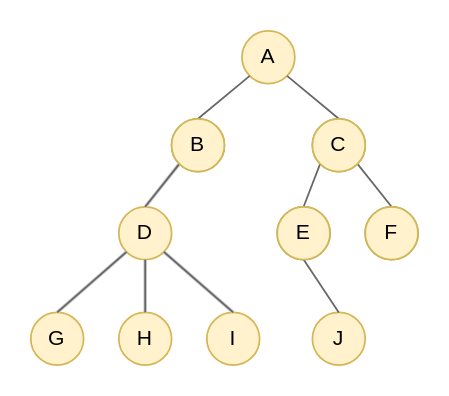
Before: Untitled Diagram.drawio in pandongfeng/diligence, a draw.io diagram. Source tidied: cells renumbered, new cells numbered last; positions are measured from the earlier drawing's top-left corner, leaving out a move shared by most shapes. Both pictures are drawn from the tidied source at 176%, with x=0, y=0 at pixel (30, 30).
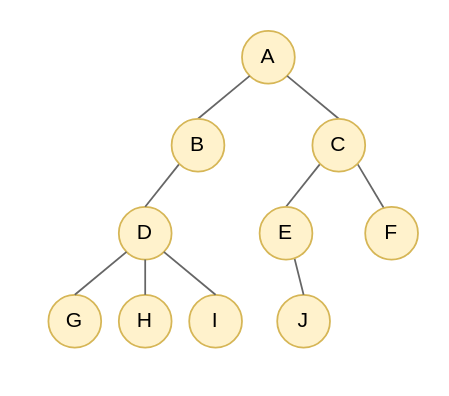
The same page after the edit.

The change refers to these unchanged cells:
```xml
<mxCell id="3" value="D" style="ellipse;whiteSpace=wrap;html=1;fillColor=#fff2cc;strokeColor=#d6b656;" parent="1" vertex="1">
  <mxGeometry x="50" y="100" width="30" height="30" as="geometry" />
</mxCell>
<mxCell id="4" value="A" style="ellipse;whiteSpace=wrap;html=1;fillColor=#fff2cc;strokeColor=#d6b656;" parent="1" vertex="1">
  <mxGeometry x="120" width="30" height="30" as="geometry" />
</mxCell>
<mxCell id="25" value="B" style="ellipse;whiteSpace=wrap;html=1;fillColor=#fff2cc;strokeColor=#d6b656;" parent="1" vertex="1">
  <mxGeometry x="80" y="50" width="30" height="30" as="geometry" />
</mxCell>
<mxCell id="26" value="C" style="ellipse;whiteSpace=wrap;html=1;fillColor=#fff2cc;strokeColor=#d6b656;" parent="1" vertex="1">
  <mxGeometry x="160" y="50" width="30" height="30" as="geometry" />
</mxCell>
<mxCell id="28" value="F" style="ellipse;whiteSpace=wrap;html=1;fillColor=#fff2cc;strokeColor=#d6b656;" parent="1" vertex="1">
  <mxGeometry x="190" y="100" width="30" height="30" as="geometry" />
</mxCell>
```

The edit, as a diff of the source:
```diff
@@
-    <mxCell id="2" style="ellipse;whiteSpace=wrap;html=1;fillColor=#d5e8d4;strokeColor=#82b366;" parent="1" vertex="1">
-      <mxGeometry x="160" y="50" width="30" height="30" as="geometry" />
-    </mxCell>
@@
-    <mxCell id="5" style="ellipse;whiteSpace=wrap;html=1;fillColor=#d5e8d4;strokeColor=#82b366;" parent="1" vertex="1">
-      <mxGeometry x="80" y="50" width="30" height="30" as="geometry" />
-    </mxCell>
     <mxCell id="6" value="J" style="ellipse;whiteSpace=wrap;html=1;fillColor=#fff2cc;strokeColor=#d6b656;" parent="1" vertex="1">
-      <mxGeometry x="160" y="160" width="30" height="30" as="geometry" />
+      <mxGeometry x="140" y="150" width="30" height="30" as="geometry" />
     </mxCell>
     <mxCell id="7" value="G" style="ellipse;whiteSpace=wrap;html=1;fillColor=#fff2cc;strokeColor=#d6b656;" parent="1" vertex="1">
-      <mxGeometry y="160" width="30" height="30" as="geometry" />
+      <mxGeometry x="10" y="150" width="30" height="30" as="geometry" />
     </mxCell>
-    <mxCell id="8" style="ellipse;whiteSpace=wrap;html=1;fillColor=#d5e8d4;strokeColor=#82b366;" parent="1" vertex="1">
-      <mxGeometry x="190" y="100" width="30" height="30" as="geometry" />
-    </mxCell>
-    <mxCell id="9" style="ellipse;whiteSpace=wrap;html=1;fillColor=#d5e8d4;strokeColor=#82b366;" parent="1" vertex="1">
-      <mxGeometry x="140" y="100" width="30" height="30" as="geometry" />
-    </mxCell>
     <mxCell id="10" value="I" style="ellipse;whiteSpace=wrap;html=1;fillColor=#fff2cc;strokeColor=#d6b656;" parent="1" vertex="1">
-      <mxGeometry x="100" y="160" width="30" height="30" as="geometry" />
+      <mxGeometry x="90" y="150" width="30" height="30" as="geometry" />
     </mxCell>
     <mxCell id="11" value="H" style="ellipse;whiteSpace=wrap;html=1;fillColor=#fff2cc;strokeColor=#d6b656;" parent="1" vertex="1">
-      <mxGeometry x="50" y="160" width="30" height="30" as="geometry" />
+      <mxGeometry x="50" y="150" width="30" height="30" as="geometry" />
     </mxCell>
-    <mxCell id="12" style="endArrow=none;html=1;entryX=1;entryY=1;entryDx=0;entryDy=0;exitX=0.5;exitY=0;exitDx=0;exitDy=0;strokeWidth=1;strokeColor=#666666;" parent="1" edge="1" source="2" target="4">
+    <mxCell id="12" style="endArrow=none;html=1;entryX=1;entryY=1;entryDx=0;entryDy=0;exitX=0.5;exitY=0;exitDx=0;exitDy=0;strokeWidth=1;strokeColor=#666666;" parent="1" edge="1" source="26" target="4">
       <mxGeometry relative="1" as="geometry" />
     </mxCell>
-    <mxCell id="13" style="endArrow=none;html=1;entryX=0;entryY=1;entryDx=0;entryDy=0;exitX=0.5;exitY=0;exitDx=0;exitDy=0;strokeColor=#666666;strokeWidth=1;" parent="1" edge="1" source="5" target="4">
+    <mxCell id="13" style="endArrow=none;html=1;entryX=0;entryY=1;entryDx=0;entryDy=0;exitX=0.5;exitY=0;exitDx=0;exitDy=0;strokeColor=#666666;strokeWidth=1;" parent="1" edge="1" source="25" target="4">
       <mxGeometry relative="1" as="geometry" />
     </mxCell>
-    <mxCell id="14" style="endArrow=none;html=1;entryX=0;entryY=1;entryDx=0;entryDy=0;exitX=0.5;exitY=0;exitDx=0;exitDy=0;strokeColor=#CCCCCC;strokeWidth=2;" parent="1" edge="1" source="3" target="5">
+    <mxCell id="14" style="endArrow=none;html=1;entryX=0;entryY=1;entryDx=0;entryDy=0;exitX=0.5;exitY=0;exitDx=0;exitDy=0;strokeColor=#666666;strokeWidth=1;" parent="1" edge="1" source="3" target="25">
       <mxGeometry relative="1" as="geometry" />
     </mxCell>
-    <mxCell id="15" style="endArrow=none;html=1;entryX=1;entryY=1;entryDx=0;entryDy=0;exitX=0.5;exitY=0;exitDx=0;exitDy=0;strokeColor=#666666;strokeWidth=1;" parent="1" edge="1" source="8" target="2">
+    <mxCell id="15" style="endArrow=none;html=1;entryX=1;entryY=1;entryDx=0;entryDy=0;exitX=0.369;exitY=0.051;exitDx=0;exitDy=0;strokeColor=#666666;strokeWidth=1;exitPerimeter=0;" parent="1" edge="1" source="28" target="26">
       <mxGeometry relative="1" as="geometry" />
     </mxCell>
-    <mxCell id="16" style="endArrow=none;html=1;entryX=0;entryY=1;entryDx=0;entryDy=0;exitX=0.5;exitY=0;exitDx=0;exitDy=0;strokeColor=#666666;strokeWidth=1;" parent="1" edge="1" source="9" target="2">
+    <mxCell id="16" style="endArrow=none;html=1;exitX=0.5;exitY=0;exitDx=0;exitDy=0;strokeColor=#666666;strokeWidth=1;entryX=0;entryY=1;entryDx=0;entryDy=0;" parent="1" edge="1" source="27" target="26">
       <mxGeometry relative="1" as="geometry" />
     </mxCell>
-    <mxCell id="17" style="endArrow=none;html=1;entryX=0;entryY=1;entryDx=0;entryDy=0;exitX=0.5;exitY=0;exitDx=0;exitDy=0;strokeColor=#CCCCCC;strokeWidth=2;" parent="1" edge="1" source="7" target="3">
+    <mxCell id="17" style="endArrow=none;html=1;entryX=0;entryY=1;entryDx=0;entryDy=0;exitX=0.5;exitY=0;exitDx=0;exitDy=0;strokeColor=#666666;strokeWidth=1;" parent="1" edge="1" source="7" target="3">
       <mxGeometry relative="1" as="geometry" />
     </mxCell>
-    <mxCell id="18" style="endArrow=none;html=1;entryX=0.5;entryY=1;entryDx=0;entryDy=0;strokeColor=#CCCCCC;strokeWidth=2;" parent="1" edge="1" source="11" target="3">
+    <mxCell id="18" style="endArrow=none;html=1;entryX=0.5;entryY=1;entryDx=0;entryDy=0;strokeColor=#666666;strokeWidth=1;" parent="1" edge="1" source="11" target="3">
       <mxGeometry relative="1" as="geometry" />
     </mxCell>
-    <mxCell id="19" style="endArrow=none;html=1;entryX=1;entryY=1;entryDx=0;entryDy=0;exitX=0.5;exitY=0;exitDx=0;exitDy=0;strokeColor=#CCCCCC;strokeWidth=2;" parent="1" edge="1" source="10" target="3">
+    <mxCell id="19" style="endArrow=none;html=1;entryX=1;entryY=1;entryDx=0;entryDy=0;exitX=0.5;exitY=0;exitDx=0;exitDy=0;strokeColor=#666666;strokeWidth=1;" parent="1" edge="1" source="10" target="3">
       <mxGeometry relative="1" as="geometry" />
     </mxCell>
-    <mxCell id="20" style="endArrow=none;html=1;entryX=0.5;entryY=1;entryDx=0;entryDy=0;exitX=0.5;exitY=0;exitDx=0;exitDy=0;strokeColor=#666666;strokeWidth=1;" parent="1" edge="1" source="6" target="9">
+    <mxCell id="20" style="endArrow=none;html=1;exitX=0.5;exitY=0;exitDx=0;exitDy=0;strokeColor=#666666;strokeWidth=1;entryX=0.662;entryY=0.981;entryDx=0;entryDy=0;entryPerimeter=0;" parent="1" edge="1" source="6" target="27">
       <mxGeometry relative="1" as="geometry" />
     </mxCell>
-    <mxCell id="21" style="endArrow=none;html=1;entryX=0;entryY=1;entryDx=0;entryDy=0;exitX=0.5;exitY=0;exitDx=0;exitDy=0;strokeColor=#666666;strokeWidth=1;" parent="1" edge="1">
-      <mxGeometry relative="1" as="geometry">
-        <mxPoint x="65" y="100" as="sourcePoint" />
-        <mxPoint x="84.4" y="75.6" as="targetPoint" />
-      </mxGeometry>
-    </mxCell>
-    <mxCell id="22" style="endArrow=none;html=1;entryX=0;entryY=1;entryDx=0;entryDy=0;exitX=0.5;exitY=0;exitDx=0;exitDy=0;strokeColor=#666666;strokeWidth=1;" parent="1" edge="1">
-      <mxGeometry relative="1" as="geometry">
-        <mxPoint x="15" y="160" as="sourcePoint" />
-        <mxPoint x="54.4" y="125.6" as="targetPoint" />
-      </mxGeometry>
-    </mxCell>
-    <mxCell id="23" style="endArrow=none;html=1;entryX=0.5;entryY=1;entryDx=0;entryDy=0;strokeColor=#666666;strokeWidth=1;" parent="1" edge="1">
-      <mxGeometry relative="1" as="geometry">
-        <mxPoint x="65" y="160" as="sourcePoint" />
-        <mxPoint x="65" y="130" as="targetPoint" />
-      </mxGeometry>
-    </mxCell>
-    <mxCell id="24" style="endArrow=none;html=1;entryX=1;entryY=1;entryDx=0;entryDy=0;exitX=0.5;exitY=0;exitDx=0;exitDy=0;strokeColor=#666666;strokeWidth=1;" parent="1" edge="1">
-      <mxGeometry relative="1" as="geometry">
-        <mxPoint x="115" y="160" as="sourcePoint" />
-        <mxPoint x="75.6" y="125.6" as="targetPoint" />
-      </mxGeometry>
-    </mxCell>
@@
     <mxCell id="27" value="E" style="ellipse;whiteSpace=wrap;html=1;fillColor=#fff2cc;strokeColor=#d6b656;" parent="1" vertex="1">
-      <mxGeometry x="140" y="100" width="30" height="30" as="geometry" />
+      <mxGeometry x="130" y="100" width="30" height="30" as="geometry" />
     </mxCell>
```
